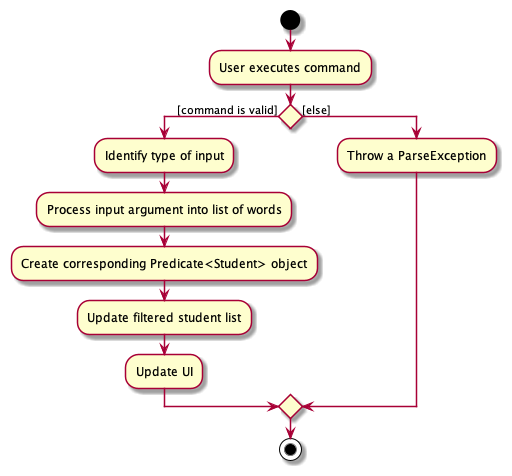
This is docs/images/SearchActivityDiagram.png from nus-cs2103-AY2122S1/tp, a PlantUML export, as it was before one commit. Source of this version:
```plantuml
@startuml

start

:User executes command;

if () then ([command is valid])
    :Identify type of input;
    :Process input argument into list of words;
	:Create corresponding Predicate<Student> object;
	:Update filtered student list;
	:Update UI;
else ([else])
	:Throw a ParseException;
endif

stop

@enduml
```
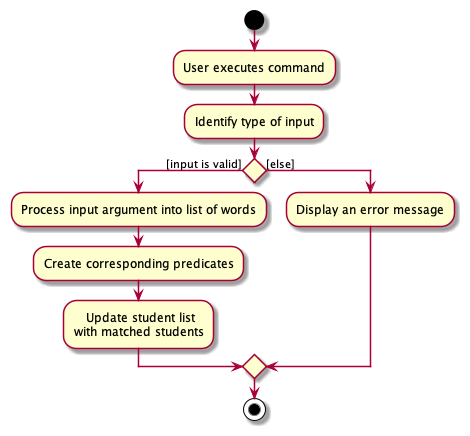
Above is the later version.

The edit, as a diff of the source:
```diff
@@ -3,15 +3,14 @@
 start
 
 :User executes command;
+:Identify type of input;
 
-if () then ([command is valid])
-    :Identify type of input;
+if () then ([input is valid])
     :Process input argument into list of words;
-	:Create corresponding Predicate<Student> object;
-	:Update filtered student list;
-	:Update UI;
+	:Create corresponding predicates;
+	:   Update student list\nwith matched students;
 else ([else])
-	:Throw a ParseException;
+	:Display an error message;
 endif
 
 stop
```
